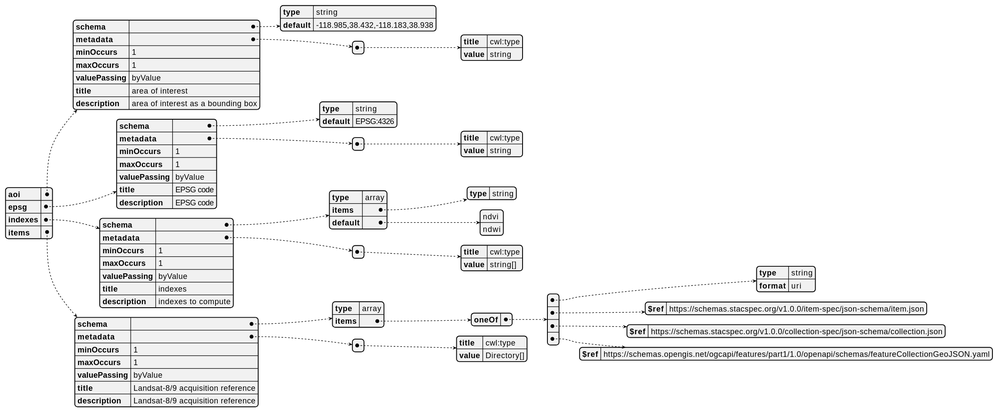
eoap/application-package-patterns keeps this PlantUML diagram as docs/pattern-10/ogc_processes_inputs.svg. Above is the earlier version. Source of this version:
```plantuml
@startjson
{
  "aoi": {
    "schema": {
      "type": "string",
      "default": "-118.985,38.432,-118.183,38.938"
    },
    "metadata": [
      {
        "title": "cwl:type",
        "value": "string"
      }
    ],
    "minOccurs": 1,
    "maxOccurs": 1,
    "valuePassing": "byValue",
    "title": "area of interest",
    "description": "area of interest as a bounding box"
  },
  "epsg": {
    "schema": {
      "type": "string",
      "default": "EPSG:4326"
    },
    "metadata": [
      {
        "title": "cwl:type",
        "value": "string"
      }
    ],
    "minOccurs": 1,
    "maxOccurs": 1,
    "valuePassing": "byValue",
    "title": "EPSG code",
    "description": "EPSG code"
  },
  "indexes": {
    "schema": {
      "type": "array",
      "items": {
        "type": "string"
      },
      "default": [
        "ndvi",
        "ndwi"
      ]
    },
    "metadata": [
      {
        "title": "cwl:type",
        "value": "string[]"
      }
    ],
    "minOccurs": 1,
    "maxOccurs": 1,
    "valuePassing": "byValue",
    "title": "indexes",
    "description": "indexes to compute"
  },
  "items": {
    "schema": {
      "type": "array",
      "items": {
        "oneOf": [
          {
            "type": "string",
            "format": "uri"
          },
          {
            "$ref": "https://schemas.stacspec.org/v1.0.0/item-spec/json-schema/item.json"
          },
          {
            "$ref": "https://schemas.stacspec.org/v1.0.0/collection-spec/json-schema/collection.json"
          },
          {
            "$ref": "https://schemas.opengis.net/ogcapi/features/part1/1.0/openapi/schemas/featureCollectionGeoJSON.yaml"
          }
        ]
      }
    },
    "metadata": [
      {
        "title": "cwl:type",
        "value": "Directory[]"
      }
    ],
    "minOccurs": 1,
    "maxOccurs": 1,
    "valuePassing": "byValue",
    "title": "Landsat-8/9 acquisition reference",
    "description": "Landsat-8/9 acquisition reference"
  }
}
@endjson
```
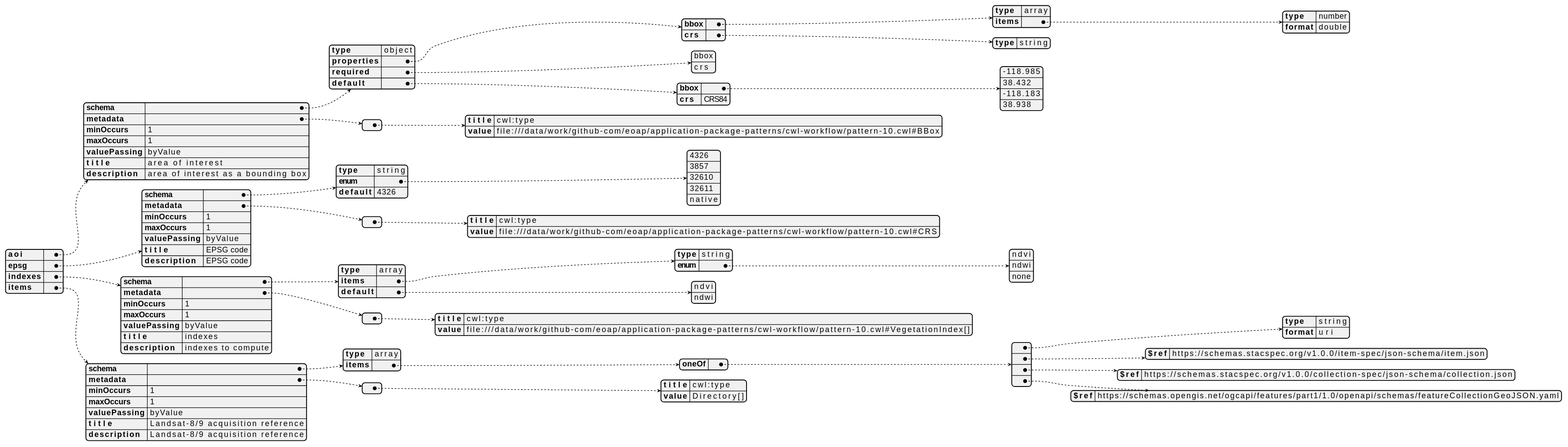
Above is the later version.

What changed in the source:
```diff
@@ -2,13 +2,37 @@
 {
   "aoi": {
     "schema": {
-      "type": "string",
-      "default": "-118.985,38.432,-118.183,38.938"
+      "type": "object",
+      "properties": {
+        "bbox": {
+          "type": "array",
+          "items": {
+            "type": "number",
+            "format": "double"
+          }
+        },
+        "crs": {
+          "type": "string"
+        }
+      },
+      "required": [
+        "bbox",
+        "crs"
+      ],
+      "default": {
+        "bbox": [
+          -118.985,
+          38.432,
+          -118.183,
+          38.938
+        ],
+        "crs": "CRS84"
+      }
     },
     "metadata": [
       {
         "title": "cwl:type",
-        "value": "string"
+        "value": "file:///data/work/github-com/eoap/application-package-patterns/cwl-workflow/pattern-10.cwl#BBox"
       }
     ],
     "minOccurs": 1,
@@ -20,12 +44,19 @@
   "epsg": {
     "schema": {
       "type": "string",
-      "default": "EPSG:4326"
+      "enum": [
+        "4326",
+        "3857",
+        "32610",
+        "32611",
+        "native"
+      ],
+      "default": "4326"
     },
     "metadata": [
       {
         "title": "cwl:type",
-        "value": "string"
+        "value": "file:///data/work/github-com/eoap/application-package-patterns/cwl-workflow/pattern-10.cwl#CRS"
       }
     ],
     "minOccurs": 1,
@@ -38,7 +69,12 @@
     "schema": {
       "type": "array",
       "items": {
-        "type": "string"
+        "type": "string",
+        "enum": [
+          "ndvi",
+          "ndwi",
+          "none"
+        ]
       },
       "default": [
         "ndvi",
@@ -48,7 +84,7 @@
     "metadata": [
       {
         "title": "cwl:type",
-        "value": "string[]"
+        "value": "file:///data/work/github-com/eoap/application-package-patterns/cwl-workflow/pattern-10.cwl#VegetationIndex[]"
       }
     ],
     "minOccurs": 1,
```
